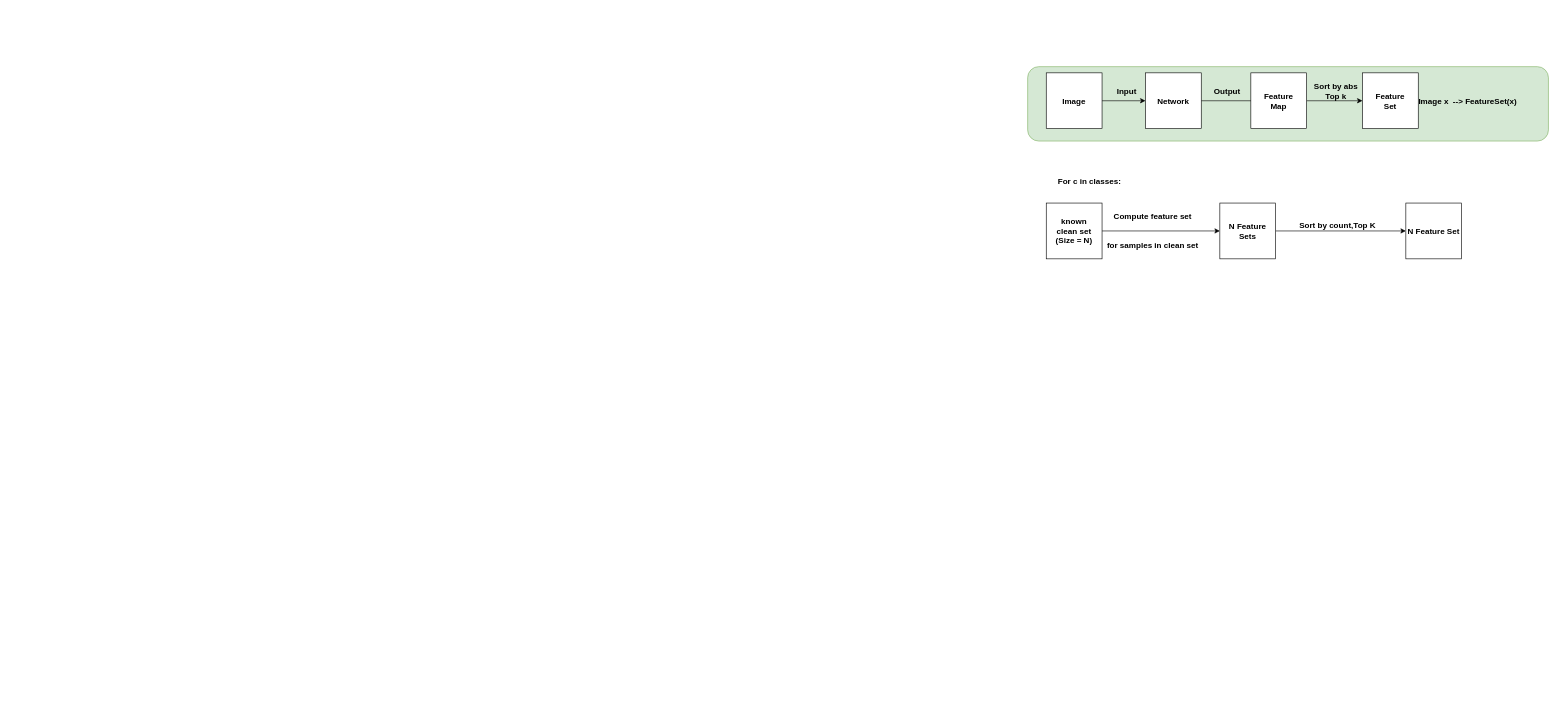
This is Untitled Diagram.drawio from ShiningSord/mixmatch, a draw.io file, before an edit. Source tidied: cells renumbered, new cells numbered last; positions are measured from the earlier drawing's top-left corner, leaving out a move shared by most shapes. Both pictures are drawn from the tidied source at 62%, with x=0, y=0 at pixel (1027, 66).
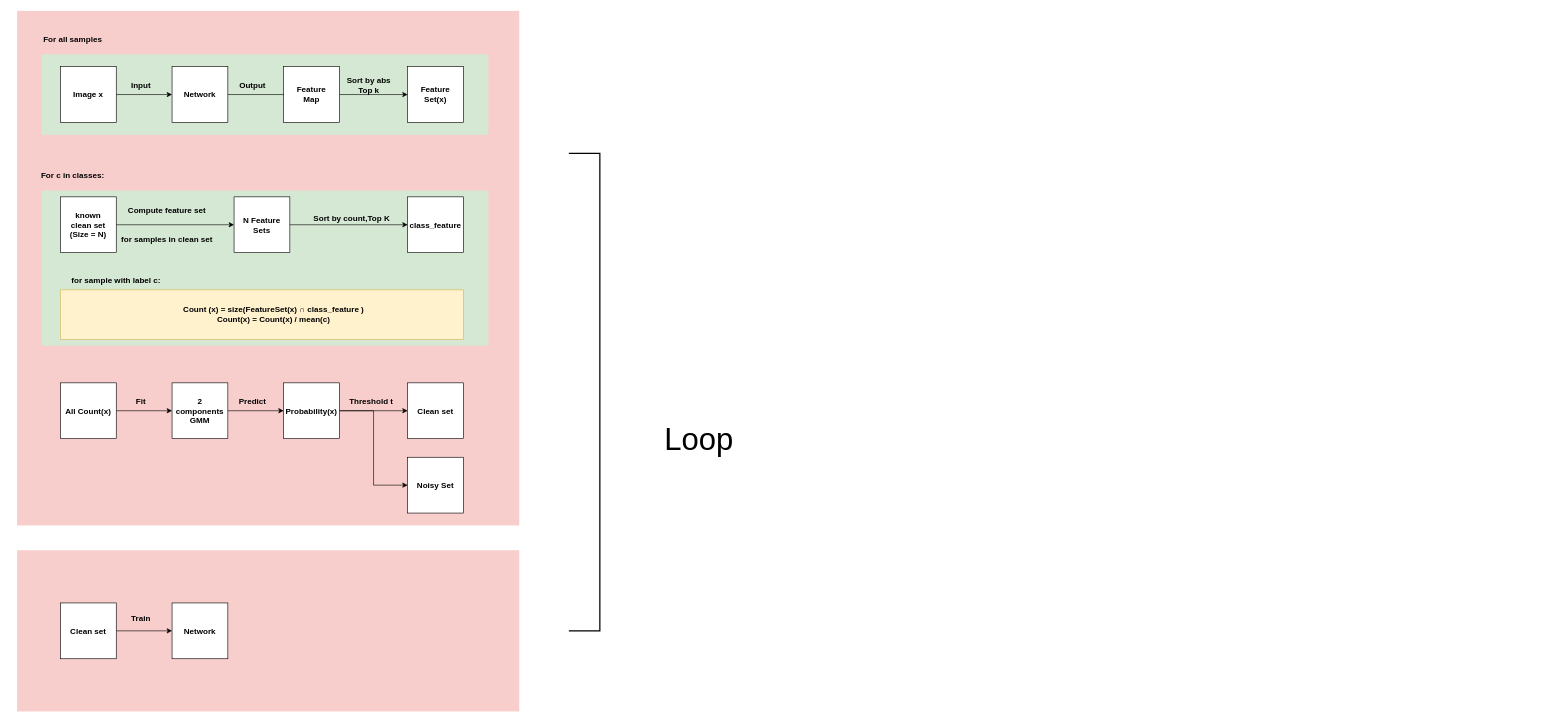
The same diagram, later.

What changed in the source:
```diff
@@
+    <mxCell id="22" style="rounded=0;whiteSpace=wrap;html=1;fontSize=13;fillColor=#f8cecc;strokeColor=none;" parent="1" vertex="1">
+      <mxGeometry x="-1630" y="-90" width="810" height="830" as="geometry" />
+    </mxCell>
+    <mxCell id="23" style="rounded=0;whiteSpace=wrap;html=1;fontSize=13;fillColor=#d5e8d4;strokeColor=none;" parent="1" vertex="1">
+      <mxGeometry x="-1590" y="200" width="720" height="250" as="geometry" />
+    </mxCell>
+    <mxCell id="24" style="rounded=0;whiteSpace=wrap;html=1;fontSize=13;fillColor=#fff2cc;strokeColor=#d6b656;" parent="1" vertex="1">
+      <mxGeometry x="-1560" y="360" width="650" height="80" as="geometry" />
+    </mxCell>
-    <mxCell id="2" style="rounded=1;whiteSpace=wrap;html=1;fontSize=13;fillColor=#d5e8d4;strokeColor=#82b366;" parent="1" vertex="1">
-      <mxGeometry width="840" height="120" as="geometry" />
+    <mxCell id="2" style="rounded=0;whiteSpace=wrap;html=1;fontSize=13;fillColor=#d5e8d4;strokeColor=none;" parent="1" vertex="1">
+      <mxGeometry x="-1590" y="-20" width="720" height="130" as="geometry" />
     </mxCell>
-    <mxCell id="3" value="&lt;div&gt;Compute feature set&lt;/div&gt;&lt;div&gt;&lt;br&gt;&lt;/div&gt;&lt;div&gt;&lt;br&gt;&lt;/div&gt;&lt;div&gt;for samples in clean set&lt;br&gt;&lt;/div&gt;" style="text;html=1;strokeColor=none;fillColor=none;align=center;verticalAlign=middle;whiteSpace=wrap;rounded=0;fontStyle=1;fontSize=13;" parent="1" vertex="1">
-      <mxGeometry x="102" y="220" width="200" height="90" as="geometry" />
+    <mxCell id="3" value="&lt;div style=&quot;font-size: 13px;&quot;&gt;Compute feature set&lt;/div&gt;&lt;div style=&quot;font-size: 13px;&quot;&gt;&lt;br style=&quot;font-size: 13px;&quot;&gt;&lt;/div&gt;&lt;div style=&quot;font-size: 13px;&quot;&gt;&lt;br style=&quot;font-size: 13px;&quot;&gt;&lt;/div&gt;&lt;div style=&quot;font-size: 13px;&quot;&gt;for samples in clean set&lt;br style=&quot;font-size: 13px;&quot;&gt;&lt;/div&gt;" style="text;html=1;strokeColor=none;fillColor=none;align=center;verticalAlign=middle;whiteSpace=wrap;rounded=0;fontStyle=1;fontSize=13;" parent="1" vertex="1">
+      <mxGeometry x="-1488" y="210" width="200" height="90" as="geometry" />
     </mxCell>
@@
-    <mxCell id="5" value="Image" style="rounded=0;whiteSpace=wrap;html=1;fontStyle=1;fontSize=13;" parent="1" vertex="1">
-      <mxGeometry x="30" y="10" width="90" height="90" as="geometry" />
+    <mxCell id="5" value="Image x" style="rounded=0;whiteSpace=wrap;html=1;fontStyle=1;fontSize=13;" parent="1" vertex="1">
+      <mxGeometry x="-1560" width="90" height="90" as="geometry" />
     </mxCell>
     <mxCell id="6" style="edgeStyle=orthogonalEdgeStyle;rounded=0;jettySize=auto;html=1;fontSize=13;fontColor=#000000;entryX=0;entryY=0.5;entryDx=0;entryDy=0;" parent="1" edge="1" source="7" target="9">
       <mxGeometry relative="1" as="geometry">
         <Array as="points">
-          <mxPoint x="410" y="55" />
+          <mxPoint x="-1180" y="45" />
         </Array>
       </mxGeometry>
     </mxCell>
     <mxCell id="7" value="Network" style="rounded=0;whiteSpace=wrap;html=1;fontStyle=1;fontSize=13;" parent="1" vertex="1">
-      <mxGeometry x="190" y="10" width="90" height="90" as="geometry" />
+      <mxGeometry x="-1380" width="90" height="90" as="geometry" />
     </mxCell>
@@
     <mxCell id="9" value="Feature&lt;br style=&quot;font-size: 13px;&quot;&gt;Map" style="rounded=0;whiteSpace=wrap;html=1;fontStyle=1;fontSize=13;" parent="1" vertex="1">
-      <mxGeometry x="360" y="10" width="90" height="90" as="geometry" />
+      <mxGeometry x="-1200" width="90" height="90" as="geometry" />
     </mxCell>
-    <mxCell id="10" value="&lt;div&gt;Feature&lt;/div&gt;&lt;div&gt;Set&lt;br&gt;&lt;/div&gt;" style="rounded=0;whiteSpace=wrap;html=1;fontStyle=1;fontSize=13;" parent="1" vertex="1">
-      <mxGeometry x="540" y="10" width="90" height="90" as="geometry" />
+    <mxCell id="10" value="&lt;div style=&quot;font-size: 13px;&quot;&gt;Feature&lt;/div&gt;&lt;div style=&quot;font-size: 13px;&quot;&gt;Set(x)&lt;br style=&quot;font-size: 13px;&quot;&gt;&lt;/div&gt;" style="rounded=0;whiteSpace=wrap;html=1;fontStyle=1;fontSize=13;" parent="1" vertex="1">
+      <mxGeometry x="-1000" width="90" height="90" as="geometry" />
     </mxCell>
     <mxCell id="11" value="Input" style="text;html=1;strokeColor=none;fillColor=none;align=center;verticalAlign=middle;whiteSpace=wrap;rounded=0;fontStyle=1;fontSize=13;" parent="1" vertex="1">
-      <mxGeometry x="140" y="30" width="40" height="20" as="geometry" />
+      <mxGeometry x="-1450" y="20" width="40" height="20" as="geometry" />
     </mxCell>
     <mxCell id="12" value="Output" style="text;html=1;strokeColor=none;fillColor=none;align=center;verticalAlign=middle;whiteSpace=wrap;rounded=0;fontStyle=1;fontSize=13;" parent="1" vertex="1">
-      <mxGeometry x="302" y="30" width="40" height="20" as="geometry" />
+      <mxGeometry x="-1270" y="20" width="40" height="20" as="geometry" />
     </mxCell>
-    <mxCell id="13" value="&lt;div&gt;Image x&amp;nbsp; --&amp;gt; FeatureSet(x)&lt;/div&gt;" style="text;html=1;strokeColor=none;fillColor=none;align=center;verticalAlign=middle;whiteSpace=wrap;rounded=0;fontStyle=1;fontSize=13;" parent="1" vertex="1">
-      <mxGeometry x="610" y="10" width="200" height="90" as="geometry" />
-    </mxCell>
     <mxCell id="14" value="For c in classes:" style="text;html=1;strokeColor=none;fillColor=none;align=center;verticalAlign=middle;whiteSpace=wrap;rounded=0;fontStyle=1;fontSize=13;" parent="1" vertex="1">
-      <mxGeometry y="140" width="200" height="90" as="geometry" />
+      <mxGeometry x="-1640" y="130" width="200" height="90" as="geometry" />
     </mxCell>
@@
-    <mxCell id="16" value="&lt;div&gt;known &lt;br&gt;&lt;/div&gt;&lt;div&gt;clean set&lt;/div&gt;&lt;div&gt;(Size = N)&lt;br&gt;&lt;/div&gt;" style="rounded=0;whiteSpace=wrap;html=1;fontStyle=1;fontSize=13;" parent="1" vertex="1">
-      <mxGeometry x="30" y="220" width="90" height="90" as="geometry" />
+    <mxCell id="16" value="&lt;div style=&quot;font-size: 13px;&quot;&gt;known &lt;br style=&quot;font-size: 13px;&quot;&gt;&lt;/div&gt;&lt;div style=&quot;font-size: 13px;&quot;&gt;clean set&lt;/div&gt;&lt;div style=&quot;font-size: 13px;&quot;&gt;(Size = N)&lt;br style=&quot;font-size: 13px;&quot;&gt;&lt;/div&gt;" style="rounded=0;whiteSpace=wrap;html=1;fontStyle=1;fontSize=13;" parent="1" vertex="1">
+      <mxGeometry x="-1560" y="210" width="90" height="90" as="geometry" />
     </mxCell>
@@
     <mxCell id="18" value="N Feature Sets" style="rounded=0;whiteSpace=wrap;html=1;fontStyle=1;fontSize=13;" parent="1" vertex="1">
-      <mxGeometry x="310" y="220" width="90" height="90" as="geometry" />
+      <mxGeometry x="-1280" y="210" width="90" height="90" as="geometry" />
     </mxCell>
-    <mxCell id="19" value="N Feature Set" style="rounded=0;whiteSpace=wrap;html=1;fontStyle=1;fontSize=13;" parent="1" vertex="1">
-      <mxGeometry x="610" y="220" width="90" height="90" as="geometry" />
+    <mxCell id="19" value="class_feature" style="rounded=0;whiteSpace=wrap;html=1;fontStyle=1;fontSize=13;" parent="1" vertex="1">
+      <mxGeometry x="-1000" y="210" width="90" height="90" as="geometry" />
     </mxCell>
     <mxCell id="20" value="Sort by count,Top K" style="text;html=1;strokeColor=none;fillColor=none;align=center;verticalAlign=middle;whiteSpace=wrap;rounded=0;fontStyle=1;fontSize=13;" parent="1" vertex="1">
-      <mxGeometry x="400" y="210" width="200" height="90" as="geometry" />
+      <mxGeometry x="-1190" y="200" width="200" height="90" as="geometry" />
     </mxCell>
-    <mxCell id="21" value="&lt;div&gt;Sort by abs&lt;/div&gt;&lt;div&gt;Top k&lt;br&gt;&lt;/div&gt;" style="text;html=1;strokeColor=none;fillColor=none;align=center;verticalAlign=middle;whiteSpace=wrap;rounded=0;fontStyle=1;fontSize=13;" parent="1" vertex="1">
-      <mxGeometry x="460" y="15" width="75" height="50" as="geometry" />
+    <mxCell id="21" value="&lt;div style=&quot;font-size: 13px;&quot;&gt;Sort by abs&lt;/div&gt;&lt;div style=&quot;font-size: 13px;&quot;&gt;Top k&lt;br style=&quot;font-size: 13px;&quot;&gt;&lt;/div&gt;" style="text;html=1;strokeColor=none;fillColor=none;align=center;verticalAlign=middle;whiteSpace=wrap;rounded=0;fontStyle=1;fontSize=13;" parent="1" vertex="1">
+      <mxGeometry x="-1100" y="5" width="75" height="50" as="geometry" />
     </mxCell>
+    <mxCell id="25" value="For all samples" style="text;html=1;strokeColor=none;fillColor=none;align=center;verticalAlign=middle;whiteSpace=wrap;rounded=0;fontStyle=1;fontSize=13;" parent="1" vertex="1">
+      <mxGeometry x="-1640" y="-90" width="200" height="90" as="geometry" />
+    </mxCell>
+    <mxCell id="26" value="for sample with label c:" style="text;html=1;strokeColor=none;fillColor=none;align=center;verticalAlign=middle;whiteSpace=wrap;rounded=0;fontStyle=1;fontSize=13;" parent="1" vertex="1">
+      <mxGeometry x="-1570" y="300" width="200" height="90" as="geometry" />
+    </mxCell>
+    <mxCell id="27" value="&lt;div style=&quot;font-size: 13px;&quot;&gt;Count (x) = size(FeatureSet(x) ∩ class_feature ) &lt;br style=&quot;font-size: 13px;&quot;&gt;&lt;/div&gt;&lt;div style=&quot;font-size: 13px;&quot;&gt;Count(x) = Count(x) / mean(c)&lt;br style=&quot;font-size: 13px;&quot;&gt;&lt;/div&gt;" style="text;html=1;strokeColor=none;fillColor=none;align=center;verticalAlign=middle;whiteSpace=wrap;rounded=0;fontStyle=1;fontSize=13;" parent="1" vertex="1">
+      <mxGeometry x="-1571" y="360" width="710" height="80" as="geometry" />
+    </mxCell>
+    <mxCell id="28" style="edgeStyle=orthogonalEdgeStyle;rounded=0;jettySize=auto;html=1;exitX=1;exitY=0.5;exitDx=0;exitDy=0;entryX=0;entryY=0.5;entryDx=0;entryDy=0;fontSize=13;fontColor=#000000;" parent="1" edge="1" source="29" target="31">
+      <mxGeometry relative="1" as="geometry" />
+    </mxCell>
+    <mxCell id="29" value="All Count(x)" style="rounded=0;whiteSpace=wrap;html=1;fontStyle=1;fontSize=13;" parent="1" vertex="1">
+      <mxGeometry x="-1560" y="510" width="90" height="90" as="geometry" />
+    </mxCell>
+    <mxCell id="30" style="edgeStyle=orthogonalEdgeStyle;rounded=0;jettySize=auto;html=1;exitX=1;exitY=0.5;exitDx=0;exitDy=0;entryX=0;entryY=0.5;entryDx=0;entryDy=0;fontSize=13;fontColor=#000000;" parent="1" edge="1" source="31" target="35">
+      <mxGeometry relative="1" as="geometry" />
+    </mxCell>
+    <mxCell id="31" value="2 components GMM" style="rounded=0;whiteSpace=wrap;html=1;fontStyle=1;fontSize=13;" parent="1" vertex="1">
+      <mxGeometry x="-1380" y="510" width="90" height="90" as="geometry" />
+    </mxCell>
+    <mxCell id="32" value="Fit" style="text;html=1;strokeColor=none;fillColor=none;align=center;verticalAlign=middle;whiteSpace=wrap;rounded=0;fontStyle=1;fontSize=13;" parent="1" vertex="1">
+      <mxGeometry x="-1450" y="530" width="40" height="20" as="geometry" />
+    </mxCell>
+    <mxCell id="33" style="edgeStyle=orthogonalEdgeStyle;rounded=0;jettySize=auto;html=1;exitX=1;exitY=0.5;exitDx=0;exitDy=0;entryX=0;entryY=0.5;entryDx=0;entryDy=0;fontSize=13;fontColor=#000000;" parent="1" edge="1" source="35" target="37">
+      <mxGeometry relative="1" as="geometry" />
+    </mxCell>
+    <mxCell id="34" style="edgeStyle=orthogonalEdgeStyle;rounded=0;jettySize=auto;html=1;exitX=1;exitY=0.5;exitDx=0;exitDy=0;entryX=0;entryY=0.5;entryDx=0;entryDy=0;fontSize=13;fontColor=#000000;" parent="1" edge="1" source="35" target="39">
+      <mxGeometry relative="1" as="geometry" />
+    </mxCell>
+    <mxCell id="35" value="Probability(x)" style="rounded=0;whiteSpace=wrap;html=1;fontStyle=1;fontSize=13;" parent="1" vertex="1">
+      <mxGeometry x="-1200" y="510" width="90" height="90" as="geometry" />
+    </mxCell>
+    <mxCell id="36" value="Predict" style="text;html=1;strokeColor=none;fillColor=none;align=center;verticalAlign=middle;whiteSpace=wrap;rounded=0;fontStyle=1;fontSize=13;" parent="1" vertex="1">
+      <mxGeometry x="-1270" y="530" width="40" height="20" as="geometry" />
+    </mxCell>
+    <mxCell id="37" value="Clean set" style="rounded=0;whiteSpace=wrap;html=1;fontStyle=1;fontSize=13;" parent="1" vertex="1">
+      <mxGeometry x="-1000" y="510" width="90" height="90" as="geometry" />
+    </mxCell>
+    <mxCell id="38" value="Threshold t" style="text;html=1;strokeColor=none;fillColor=none;align=center;verticalAlign=middle;whiteSpace=wrap;rounded=0;fontStyle=1;fontSize=13;" parent="1" vertex="1">
+      <mxGeometry x="-1100" y="530" width="82.5" height="20" as="geometry" />
+    </mxCell>
+    <mxCell id="39" value="Noisy Set" style="rounded=0;whiteSpace=wrap;html=1;fontStyle=1;fontSize=13;" parent="1" vertex="1">
+      <mxGeometry x="-1000" y="630" width="90" height="90" as="geometry" />
+    </mxCell>
+    <mxCell id="40" style="rounded=0;whiteSpace=wrap;html=1;fontSize=13;fillColor=#f8cecc;strokeColor=none;" parent="1" vertex="1">
+      <mxGeometry x="-1630" y="780" width="810" height="260" as="geometry" />
+    </mxCell>
+    <mxCell id="41" style="edgeStyle=orthogonalEdgeStyle;rounded=0;jettySize=auto;html=1;exitX=1;exitY=0.5;exitDx=0;exitDy=0;entryX=0;entryY=0.5;entryDx=0;entryDy=0;fontSize=13;fontColor=#000000;" parent="1" edge="1" source="42" target="43">
+      <mxGeometry relative="1" as="geometry" />
+    </mxCell>
+    <mxCell id="42" value="Clean set" style="rounded=0;whiteSpace=wrap;html=1;fontStyle=1;fontSize=13;" parent="1" vertex="1">
+      <mxGeometry x="-1560" y="865" width="90" height="90" as="geometry" />
+    </mxCell>
+    <mxCell id="43" value="Network" style="rounded=0;whiteSpace=wrap;html=1;fontStyle=1;fontSize=13;" parent="1" vertex="1">
+      <mxGeometry x="-1380" y="865" width="90" height="90" as="geometry" />
+    </mxCell>
+    <mxCell id="44" value="Train" style="text;html=1;strokeColor=none;fillColor=none;align=center;verticalAlign=middle;whiteSpace=wrap;rounded=0;fontStyle=1;fontSize=13;" parent="1" vertex="1">
+      <mxGeometry x="-1450" y="880" width="40" height="20" as="geometry" />
+    </mxCell>
+    <mxCell id="45" style="strokeWidth=2;html=1;shape=mxgraph.flowchart.annotation_1;align=left;rounded=0;fontSize=13;fontColor=#000000;rotation=-180;" parent="1" vertex="1">
+      <mxGeometry x="-740" y="140" width="50" height="770" as="geometry" />
+    </mxCell>
+    <mxCell id="46" value="Loop" style="text;html=1;strokeColor=none;fillColor=none;align=center;verticalAlign=middle;whiteSpace=wrap;rounded=0;fontSize=50;fontColor=#000000;" parent="1" vertex="1">
+      <mxGeometry x="-600" y="530" width="140" height="140" as="geometry" />
+    </mxCell>
```
